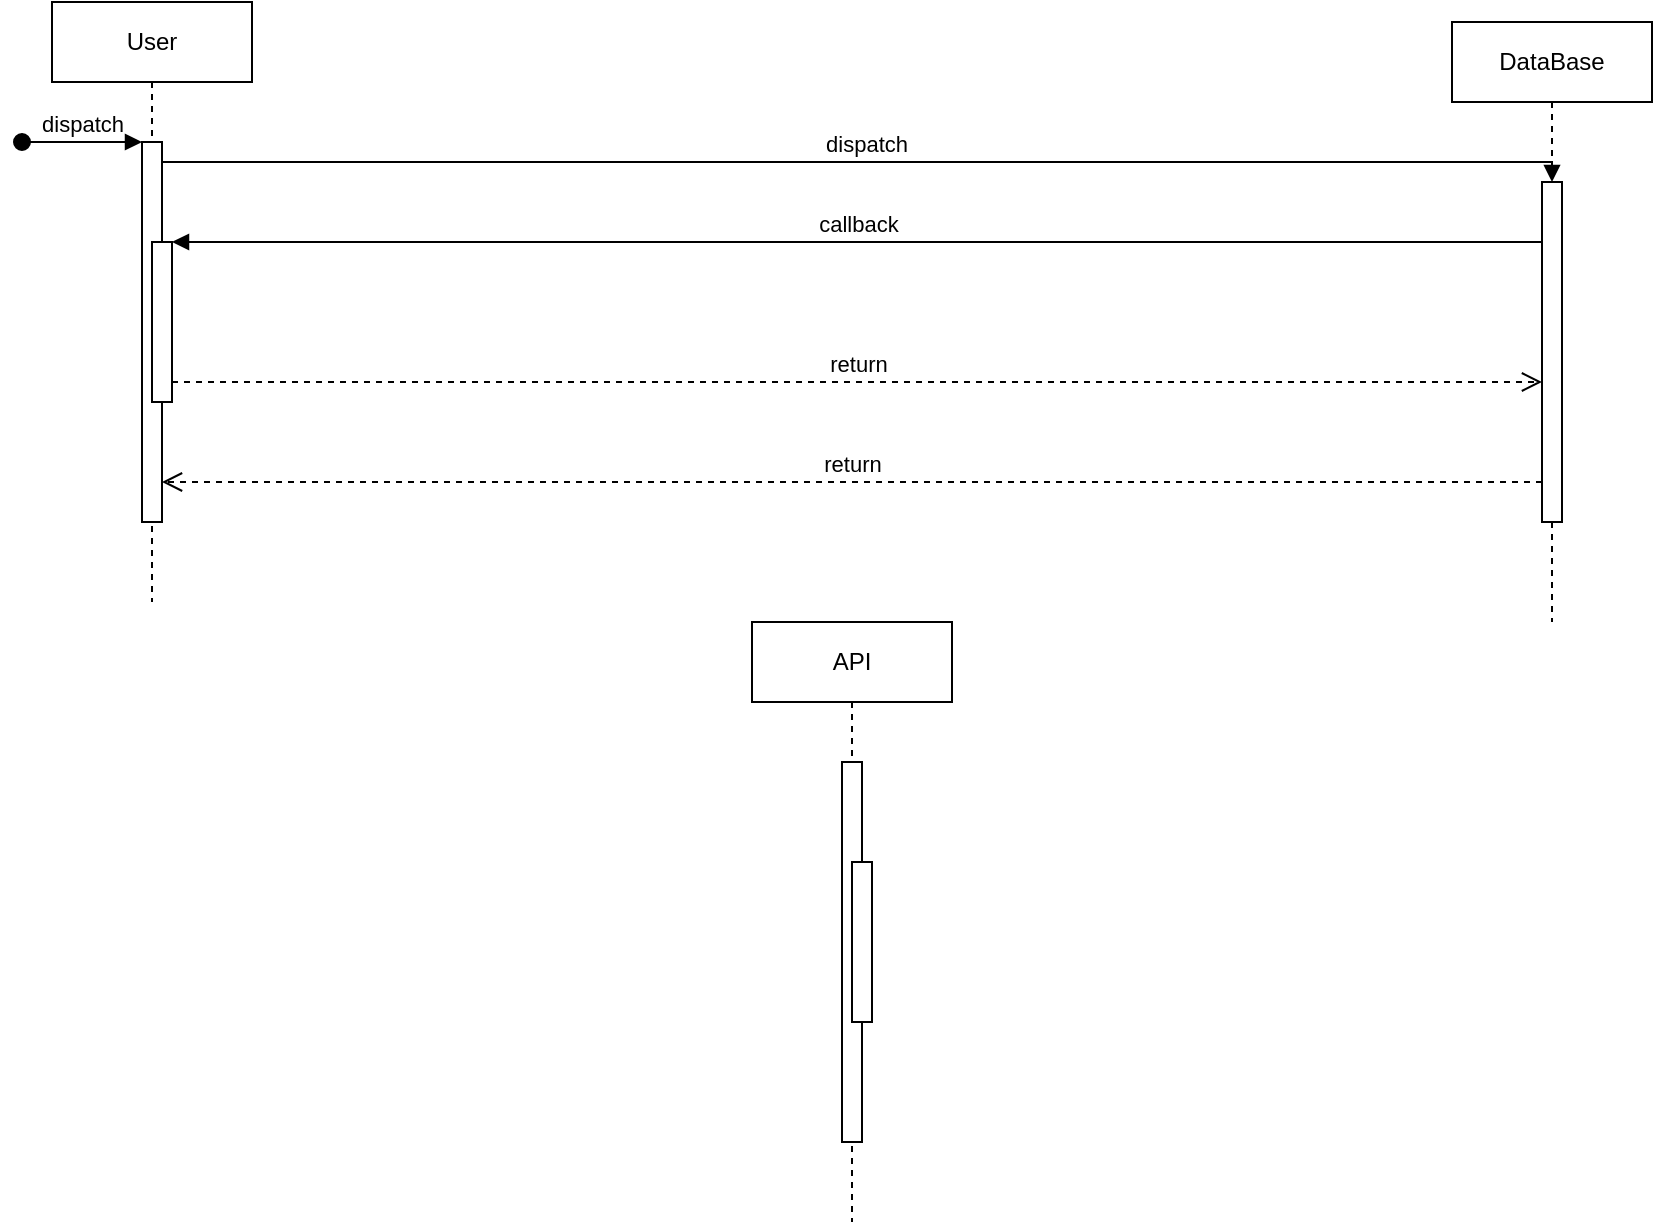
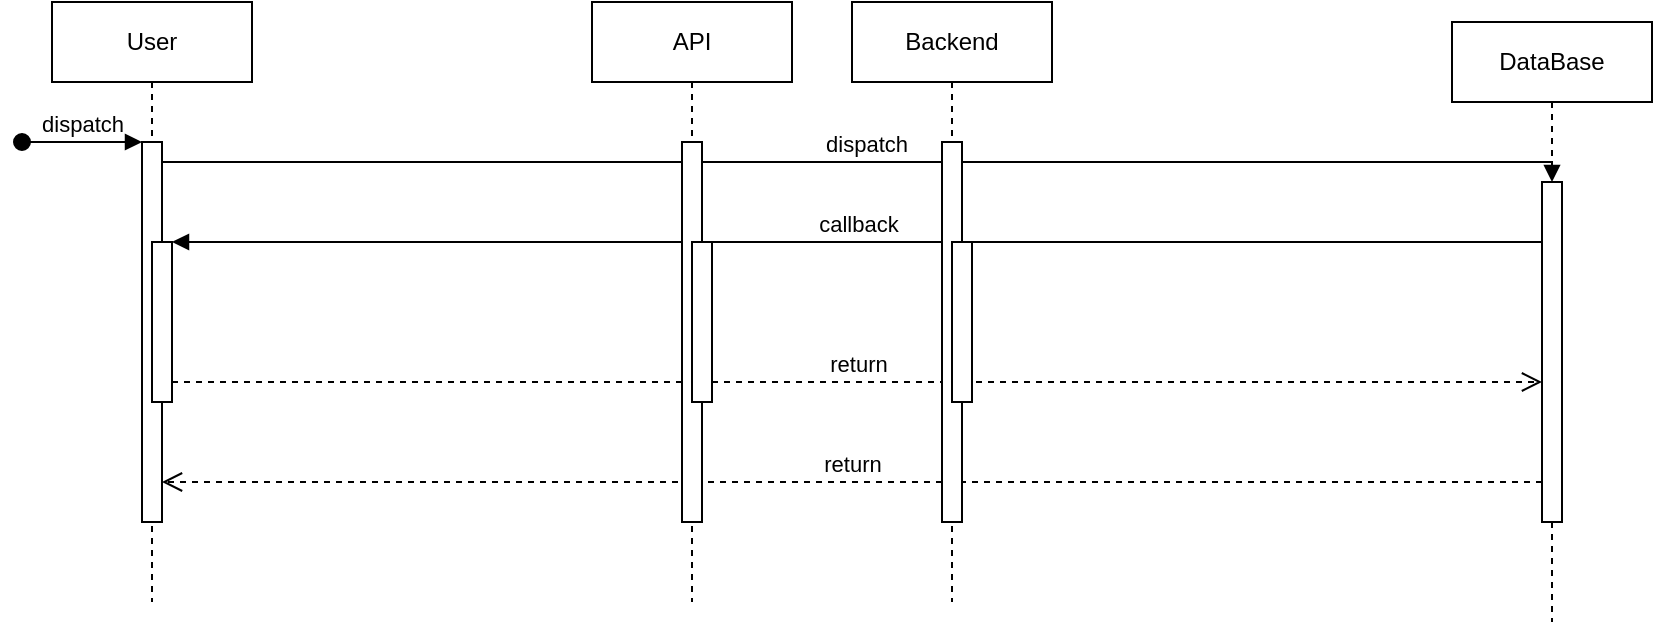
<mxfile host="app.diagrams.net" agent="5.0 (Macintosh; Intel Mac OS X 10_15_7) AppleWebKit/537.36 (KHTML, like Gecko) Chrome/109.0.0.0 Safari/537.36">
  <diagram name="Page-1" id="2YBvvXClWsGukQMizWep">
    <mxGraphModel dx="1174" dy="429" grid="1" gridSize="10" guides="1" tooltips="1" connect="1" arrows="1" fold="1" page="1" pageScale="1" pageWidth="850" pageHeight="1100" math="0" shadow="0">
      <root>
        <mxCell id="0" />
        <mxCell id="1" parent="0" />
        <mxCell id="aM9ryv3xv72pqoxQDRHE-1" parent="1" style="shape=umlLifeline;perimeter=lifelinePerimeter;whiteSpace=wrap;html=1;container=0;dropTarget=0;collapsible=0;recursiveResize=0;outlineConnect=0;portConstraint=eastwest;newEdgeStyle={&quot;edgeStyle&quot;:&quot;elbowEdgeStyle&quot;,&quot;elbow&quot;:&quot;vertical&quot;,&quot;curved&quot;:0,&quot;rounded&quot;:0};" value="User" vertex="1">
          <mxGeometry height="300" width="100" x="40" y="40" as="geometry" />
        </mxCell>
        <mxCell id="aM9ryv3xv72pqoxQDRHE-2" parent="aM9ryv3xv72pqoxQDRHE-1" style="html=1;points=[];perimeter=orthogonalPerimeter;outlineConnect=0;targetShapes=umlLifeline;portConstraint=eastwest;newEdgeStyle={&quot;edgeStyle&quot;:&quot;elbowEdgeStyle&quot;,&quot;elbow&quot;:&quot;vertical&quot;,&quot;curved&quot;:0,&quot;rounded&quot;:0};" value="" vertex="1">
          <mxGeometry height="190" width="10" x="45" y="70" as="geometry" />
        </mxCell>
        <mxCell id="aM9ryv3xv72pqoxQDRHE-3" edge="1" parent="aM9ryv3xv72pqoxQDRHE-1" style="html=1;verticalAlign=bottom;startArrow=oval;endArrow=block;startSize=8;edgeStyle=elbowEdgeStyle;elbow=vertical;curved=0;rounded=0;" target="aM9ryv3xv72pqoxQDRHE-2" value="dispatch">
          <mxGeometry relative="1" as="geometry">
            <mxPoint x="-15" y="70" as="sourcePoint" />
          </mxGeometry>
        </mxCell>
        <mxCell id="aM9ryv3xv72pqoxQDRHE-4" parent="aM9ryv3xv72pqoxQDRHE-1" style="html=1;points=[];perimeter=orthogonalPerimeter;outlineConnect=0;targetShapes=umlLifeline;portConstraint=eastwest;newEdgeStyle={&quot;edgeStyle&quot;:&quot;elbowEdgeStyle&quot;,&quot;elbow&quot;:&quot;vertical&quot;,&quot;curved&quot;:0,&quot;rounded&quot;:0};" value="" vertex="1">
          <mxGeometry height="80" width="10" x="50" y="120" as="geometry" />
        </mxCell>
        <mxCell id="aM9ryv3xv72pqoxQDRHE-5" parent="1" style="shape=umlLifeline;perimeter=lifelinePerimeter;whiteSpace=wrap;html=1;container=0;dropTarget=0;collapsible=0;recursiveResize=0;outlineConnect=0;portConstraint=eastwest;newEdgeStyle={&quot;edgeStyle&quot;:&quot;elbowEdgeStyle&quot;,&quot;elbow&quot;:&quot;vertical&quot;,&quot;curved&quot;:0,&quot;rounded&quot;:0};" value="DataBase" vertex="1">
          <mxGeometry height="300" width="100" x="740" y="50" as="geometry" />
        </mxCell>
        <mxCell id="aM9ryv3xv72pqoxQDRHE-6" parent="aM9ryv3xv72pqoxQDRHE-5" style="html=1;points=[];perimeter=orthogonalPerimeter;outlineConnect=0;targetShapes=umlLifeline;portConstraint=eastwest;newEdgeStyle={&quot;edgeStyle&quot;:&quot;elbowEdgeStyle&quot;,&quot;elbow&quot;:&quot;vertical&quot;,&quot;curved&quot;:0,&quot;rounded&quot;:0};" value="" vertex="1">
          <mxGeometry height="170" width="10" x="45" y="80" as="geometry" />
        </mxCell>
        <mxCell id="aM9ryv3xv72pqoxQDRHE-7" edge="1" parent="1" source="aM9ryv3xv72pqoxQDRHE-2" style="html=1;verticalAlign=bottom;endArrow=block;edgeStyle=elbowEdgeStyle;elbow=vertical;curved=0;rounded=0;" target="aM9ryv3xv72pqoxQDRHE-6" value="dispatch">
          <mxGeometry relative="1" as="geometry">
            <Array as="points">
              <mxPoint x="180" y="120" />
            </Array>
            <mxPoint x="195" y="130" as="sourcePoint" />
          </mxGeometry>
        </mxCell>
        <mxCell id="aM9ryv3xv72pqoxQDRHE-8" edge="1" parent="1" source="aM9ryv3xv72pqoxQDRHE-6" style="html=1;verticalAlign=bottom;endArrow=open;dashed=1;endSize=8;edgeStyle=elbowEdgeStyle;elbow=vertical;curved=0;rounded=0;" target="aM9ryv3xv72pqoxQDRHE-2" value="return">
          <mxGeometry relative="1" as="geometry">
            <Array as="points">
              <mxPoint x="190" y="280" />
            </Array>
            <mxPoint x="195" y="205" as="targetPoint" />
          </mxGeometry>
        </mxCell>
        <mxCell id="aM9ryv3xv72pqoxQDRHE-9" edge="1" parent="1" source="aM9ryv3xv72pqoxQDRHE-6" style="html=1;verticalAlign=bottom;endArrow=block;edgeStyle=elbowEdgeStyle;elbow=vertical;curved=0;rounded=0;" target="aM9ryv3xv72pqoxQDRHE-4" value="callback">
          <mxGeometry relative="1" as="geometry">
            <Array as="points">
              <mxPoint x="190" y="160" />
            </Array>
            <mxPoint x="175" y="160" as="sourcePoint" />
          </mxGeometry>
        </mxCell>
        <mxCell id="aM9ryv3xv72pqoxQDRHE-10" edge="1" parent="1" source="aM9ryv3xv72pqoxQDRHE-4" style="html=1;verticalAlign=bottom;endArrow=open;dashed=1;endSize=8;edgeStyle=elbowEdgeStyle;elbow=vertical;curved=0;rounded=0;" target="aM9ryv3xv72pqoxQDRHE-6" value="return">
          <mxGeometry relative="1" as="geometry">
            <Array as="points">
              <mxPoint x="180" y="230" />
            </Array>
            <mxPoint x="175" y="235" as="targetPoint" />
          </mxGeometry>
        </mxCell>
        <mxCell id="7Z1T8ZwHcXeBXznP6D7j-5" parent="1" style="shape=umlLifeline;perimeter=lifelinePerimeter;whiteSpace=wrap;html=1;container=0;dropTarget=0;collapsible=0;recursiveResize=0;outlineConnect=0;portConstraint=eastwest;newEdgeStyle={&quot;edgeStyle&quot;:&quot;elbowEdgeStyle&quot;,&quot;elbow&quot;:&quot;vertical&quot;,&quot;curved&quot;:0,&quot;rounded&quot;:0};" value="API" vertex="1">
-           <mxGeometry height="300" width="100" x="390" y="350" as="geometry" />
+           <mxGeometry height="300" width="100" x="310" y="40" as="geometry" />
        </mxCell>
        <mxCell id="7Z1T8ZwHcXeBXznP6D7j-6" parent="7Z1T8ZwHcXeBXznP6D7j-5" style="html=1;points=[];perimeter=orthogonalPerimeter;outlineConnect=0;targetShapes=umlLifeline;portConstraint=eastwest;newEdgeStyle={&quot;edgeStyle&quot;:&quot;elbowEdgeStyle&quot;,&quot;elbow&quot;:&quot;vertical&quot;,&quot;curved&quot;:0,&quot;rounded&quot;:0};" value="" vertex="1">
          <mxGeometry height="190" width="10" x="45" y="70" as="geometry" />
        </mxCell>
        <mxCell id="7Z1T8ZwHcXeBXznP6D7j-8" parent="7Z1T8ZwHcXeBXznP6D7j-5" style="html=1;points=[];perimeter=orthogonalPerimeter;outlineConnect=0;targetShapes=umlLifeline;portConstraint=eastwest;newEdgeStyle={&quot;edgeStyle&quot;:&quot;elbowEdgeStyle&quot;,&quot;elbow&quot;:&quot;vertical&quot;,&quot;curved&quot;:0,&quot;rounded&quot;:0};" value="" vertex="1">
          <mxGeometry height="80" width="10" x="50" y="120" as="geometry" />
        </mxCell>
+         <mxCell id="7Z1T8ZwHcXeBXznP6D7j-9" parent="1" style="shape=umlLifeline;perimeter=lifelinePerimeter;whiteSpace=wrap;html=1;container=0;dropTarget=0;collapsible=0;recursiveResize=0;outlineConnect=0;portConstraint=eastwest;newEdgeStyle={&quot;edgeStyle&quot;:&quot;elbowEdgeStyle&quot;,&quot;elbow&quot;:&quot;vertical&quot;,&quot;curved&quot;:0,&quot;rounded&quot;:0};" value="&lt;div&gt;Backend&lt;/div&gt;" vertex="1">
+           <mxGeometry height="300" width="100" x="440" y="40" as="geometry" />
+         </mxCell>
+         <mxCell id="7Z1T8ZwHcXeBXznP6D7j-10" parent="7Z1T8ZwHcXeBXznP6D7j-9" style="html=1;points=[];perimeter=orthogonalPerimeter;outlineConnect=0;targetShapes=umlLifeline;portConstraint=eastwest;newEdgeStyle={&quot;edgeStyle&quot;:&quot;elbowEdgeStyle&quot;,&quot;elbow&quot;:&quot;vertical&quot;,&quot;curved&quot;:0,&quot;rounded&quot;:0};" value="" vertex="1">
+           <mxGeometry height="190" width="10" x="45" y="70" as="geometry" />
+         </mxCell>
+         <mxCell id="7Z1T8ZwHcXeBXznP6D7j-11" parent="7Z1T8ZwHcXeBXznP6D7j-9" style="html=1;points=[];perimeter=orthogonalPerimeter;outlineConnect=0;targetShapes=umlLifeline;portConstraint=eastwest;newEdgeStyle={&quot;edgeStyle&quot;:&quot;elbowEdgeStyle&quot;,&quot;elbow&quot;:&quot;vertical&quot;,&quot;curved&quot;:0,&quot;rounded&quot;:0};" value="" vertex="1">
+           <mxGeometry height="80" width="10" x="50" y="120" as="geometry" />
+         </mxCell>
      </root>
    </mxGraphModel>
  </diagram>
</mxfile>
